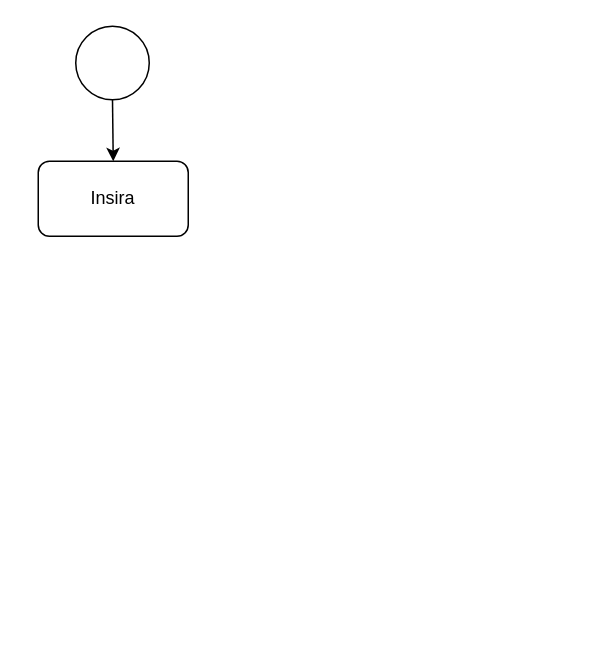
GustavoFerreira143/AtividadeSenai keeps this draw.io diagram as page "FluxoDeAtividadeDeletarProduto" (6 of 6) of DiagramasPIMVII.drawio. Above is the earlier version. Source tidied: cells renumbered, new cells numbered last; positions are measured from the earlier drawing's top-left corner, leaving out a move shared by most shapes. Both pictures are drawn from the tidied source at 150%, with x=0, y=0 at pixel (38, 26).
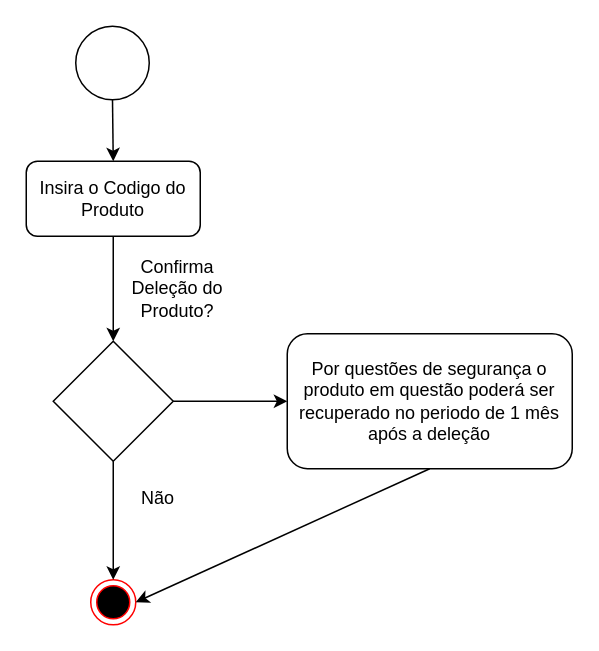
After the change.

Change to the diagram source:
```diff
@@
 <mxGraphModel>
   <root>
     <mxCell id="0" />
     <mxCell id="1" parent="0" />
     <mxCell id="2" style="ellipse;whiteSpace=wrap;html=1;" parent="1" vertex="1">
       <mxGeometry x="25" width="49" height="49" as="geometry" />
     </mxCell>
-    <mxCell id="3" value="Insira" style="rounded=1;whiteSpace=wrap;html=1;" parent="1" vertex="1">
-      <mxGeometry y="90" width="100" height="50" as="geometry" />
+    <mxCell id="3" value="Insira o Codigo do Produto" style="rounded=1;whiteSpace=wrap;html=1;" parent="1" vertex="1">
+      <mxGeometry x="-8" y="90" width="116" height="50" as="geometry" />
     </mxCell>
     <mxCell id="4" style="endArrow=classic;html=1;rounded=0;entryX=0.5;entryY=0;entryDx=0;entryDy=0;exitX=0.5;exitY=1;exitDx=0;exitDy=0;" parent="1" edge="1" source="2" target="3">
       <mxGeometry relative="1" as="geometry" />
     </mxCell>
+    <mxCell id="5" style="rhombus;whiteSpace=wrap;html=1;" parent="1" vertex="1">
+      <mxGeometry x="10" y="210" width="80" height="80" as="geometry" />
+    </mxCell>
+    <mxCell id="6" style="endArrow=classic;html=1;rounded=0;exitX=0.5;exitY=1;exitDx=0;exitDy=0;entryX=0.5;entryY=0;entryDx=0;entryDy=0;" parent="1" edge="1" source="3" target="5">
+      <mxGeometry relative="1" as="geometry" />
+    </mxCell>
+    <mxCell id="7" value="Confirma Deleção do Produto?" style="text;html=1;align=center;verticalAlign=middle;whiteSpace=wrap;rounded=0;" parent="1" vertex="1">
+      <mxGeometry x="50" y="150" width="86" height="50" as="geometry" />
+    </mxCell>
+    <mxCell id="8" value="Por questões de segurança o produto em questão poderá ser recuperado no periodo de 1 mês após a deleção" style="rounded=1;whiteSpace=wrap;html=1;" parent="1" vertex="1">
+      <mxGeometry x="166" y="205" width="190" height="90" as="geometry" />
+    </mxCell>
+    <mxCell id="9" style="endArrow=classic;html=1;rounded=0;entryX=0;entryY=0.5;entryDx=0;entryDy=0;exitX=1;exitY=0.5;exitDx=0;exitDy=0;" parent="1" edge="1" source="5" target="8">
+      <mxGeometry relative="1" as="geometry" />
+    </mxCell>
+    <mxCell id="10" value="Não" style="text;html=1;align=center;verticalAlign=middle;whiteSpace=wrap;rounded=0;" parent="1" vertex="1">
+      <mxGeometry x="50" y="300" width="60" height="30" as="geometry" />
+    </mxCell>
+    <mxCell id="11" style="ellipse;html=1;shape=endState;fillColor=#000000;strokeColor=#ff0000;" parent="1" vertex="1">
+      <mxGeometry x="35" y="369" width="30" height="30" as="geometry" />
+    </mxCell>
+    <mxCell id="12" style="endArrow=classic;html=1;rounded=0;exitX=0.5;exitY=1;exitDx=0;exitDy=0;entryX=0.5;entryY=0;entryDx=0;entryDy=0;" parent="1" edge="1" source="5" target="11">
+      <mxGeometry relative="1" as="geometry" />
+    </mxCell>
+    <mxCell id="13" style="endArrow=classic;html=1;rounded=0;entryX=1;entryY=0.5;entryDx=0;entryDy=0;exitX=0.5;exitY=1;exitDx=0;exitDy=0;" parent="1" edge="1" source="8" target="11">
+      <mxGeometry relative="1" as="geometry" />
+    </mxCell>
   </root>
 </mxGraphModel>
```
